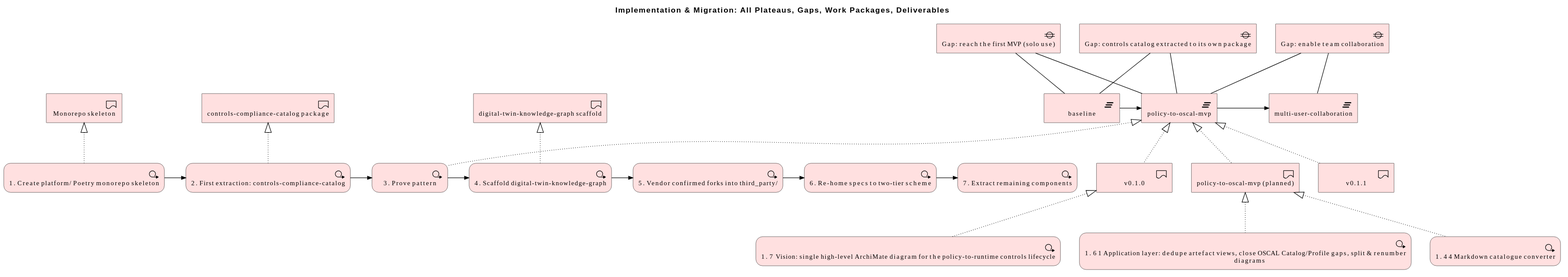
This is architecture/model/diagrams/migration/overview.svg from wolffy-au/frictionless-architect, a PlantUML export, as it was before one commit. Its diagram source:
```plantuml
@startuml
!include <archimate/Archimate>

title Implementation & Migration: All Plateaus, Gaps, Work Packages, Deliverables

Implementation_WorkPackage(e_idbd449c19b4d151, "1. Create platform/ Poetry monorepo skeleton")
Implementation_WorkPackage(e_idf7f5656c5dbc55, "2. First extraction: controls-compliance-catalog")
Implementation_WorkPackage(e_id8526bedb919051, "3. Prove pattern")
Implementation_WorkPackage(e_idb5aefc03c12758, "4. Scaffold digital-twin-knowledge-graph")
Implementation_WorkPackage(e_ide65ef885c75d5c, "5. Vendor confirmed forks into third_party/")
Implementation_WorkPackage(e_idca8b472cbb665f, "6. Re-home specs to two-tier scheme")
Implementation_WorkPackage(e_idb1ceb35faf4e51, "7. Extract remaining components")
Implementation_Deliverable(e_idbee89c6988a65e, "Monorepo skeleton")
Implementation_Deliverable(e_iddb0e3448ac8e55, "controls-compliance-catalog package")
Implementation_Deliverable(e_idfd60d816da9a57, "digital-twin-knowledge-graph scaffold")
Implementation_Plateau(e_id4accde76fa5858, "baseline")
Implementation_Gap(e_idea9942f7e66155, "Gap: controls catalog extracted to its own package")
Implementation_Gap(e_id4b156310597055, "Gap: reach the first MVP (solo use)")
Implementation_Gap(e_idd9da54d5550b52, "Gap: enable team collaboration")
Implementation_Deliverable(e_id81c17bb8a4cd53, "policy-to-oscal-mvp (planned)")
Implementation_Deliverable(e_id314ed2487dd05b, "v0.1.0")
Implementation_Deliverable(e_id2e464c827cef55, "v0.1.1")
Implementation_Plateau(e_id5024d2087dac51, "multi-user-collaboration")
Implementation_Plateau(e_idb94c55ad2a0756, "policy-to-oscal-mvp")
Implementation_WorkPackage(e_id340c952eaee456, "#61 Application layer: dedupe artefact views, close OSCAL Catalog/Profile gaps, split & renumber diagrams")
Implementation_WorkPackage(e_idec7bd9bf840c5d, "#44 Markdown catalogue converter")
Implementation_WorkPackage(e_id8683212dafbd5b, "#7 Vision: single high-level ArchiMate diagram for the policy-to-runtime controls lifecycle")

Rel_Triggering_Right(e_idbd449c19b4d151, e_idf7f5656c5dbc55, "")
Rel_Triggering_Right(e_idf7f5656c5dbc55, e_id8526bedb919051, "")
Rel_Triggering_Right(e_id8526bedb919051, e_idb5aefc03c12758, "")
Rel_Triggering_Right(e_idb5aefc03c12758, e_ide65ef885c75d5c, "")
Rel_Triggering_Right(e_ide65ef885c75d5c, e_idca8b472cbb665f, "")
Rel_Triggering_Right(e_idca8b472cbb665f, e_idb1ceb35faf4e51, "")
Rel_Realization_Up(e_idbd449c19b4d151, e_idbee89c6988a65e, "")
Rel_Realization_Up(e_idf7f5656c5dbc55, e_iddb0e3448ac8e55, "")
Rel_Realization_Up(e_idb5aefc03c12758, e_idfd60d816da9a57, "")
Rel_Realization_Up(e_id8526bedb919051, e_idb94c55ad2a0756, "")
Rel_Association(e_idea9942f7e66155, e_id4accde76fa5858, "")
Rel_Association(e_idea9942f7e66155, e_idb94c55ad2a0756, "")
Rel_Triggering_Right(e_id4accde76fa5858, e_idb94c55ad2a0756, "")
Rel_Triggering_Right(e_idb94c55ad2a0756, e_id5024d2087dac51, "")
Rel_Association(e_id4b156310597055, e_id4accde76fa5858, "")
Rel_Association(e_id4b156310597055, e_idb94c55ad2a0756, "")
Rel_Association(e_idd9da54d5550b52, e_idb94c55ad2a0756, "")
Rel_Association(e_idd9da54d5550b52, e_id5024d2087dac51, "")
Rel_Realization_Up(e_id81c17bb8a4cd53, e_idb94c55ad2a0756, "")
Rel_Realization_Up(e_id314ed2487dd05b, e_idb94c55ad2a0756, "")
Rel_Realization_Up(e_id2e464c827cef55, e_idb94c55ad2a0756, "")
Rel_Realization_Up(e_id340c952eaee456, e_id81c17bb8a4cd53, "")
Rel_Realization_Up(e_idec7bd9bf840c5d, e_id81c17bb8a4cd53, "")
Rel_Realization_Up(e_id8683212dafbd5b, e_id314ed2487dd05b, "")
@enduml
```
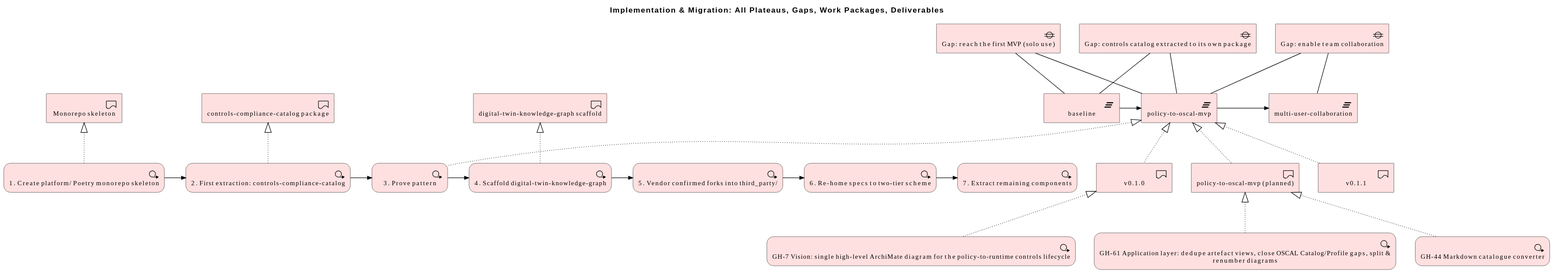
The same file after the commit.

The edit, as a diff of the source:
```diff
@@ -22,9 +22,9 @@
 Implementation_Deliverable(e_id2e464c827cef55, "v0.1.1")
 Implementation_Plateau(e_id5024d2087dac51, "multi-user-collaboration")
 Implementation_Plateau(e_idb94c55ad2a0756, "policy-to-oscal-mvp")
-Implementation_WorkPackage(e_id340c952eaee456, "#61 Application layer: dedupe artefact views, close OSCAL Catalog/Profile gaps, split & renumber diagrams")
-Implementation_WorkPackage(e_idec7bd9bf840c5d, "#44 Markdown catalogue converter")
-Implementation_WorkPackage(e_id8683212dafbd5b, "#7 Vision: single high-level ArchiMate diagram for the policy-to-runtime controls lifecycle")
+Implementation_WorkPackage(e_id340c952eaee456, "GH-61 Application layer: dedupe artefact views, close OSCAL Catalog/Profile gaps, split & renumber diagrams")
+Implementation_WorkPackage(e_idec7bd9bf840c5d, "GH-44 Markdown catalogue converter")
+Implementation_WorkPackage(e_id8683212dafbd5b, "GH-7 Vision: single high-level ArchiMate diagram for the policy-to-runtime controls lifecycle")
 
 Rel_Triggering_Right(e_idbd449c19b4d151, e_idf7f5656c5dbc55, "")
 Rel_Triggering_Right(e_idf7f5656c5dbc55, e_id8526bedb919051, "")
```
